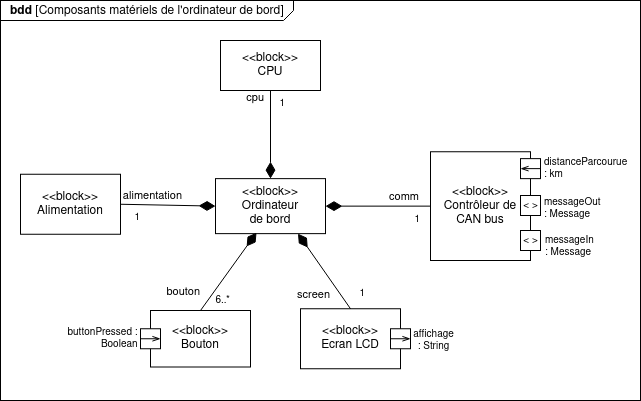
Before: diagrammes/bdd_composants_ordi_de_bord.png, a diagram exported from draw.io (Dalker/ISI-mobility). Source tidied: cells renumbered, new cells last; positions are measured from the earlier drawing's top-left corner, leaving out a move shared by most shapes.
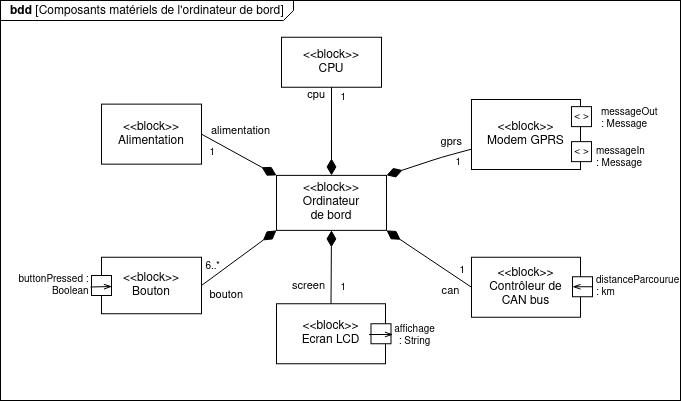
Above is the later version.

The edit, as a diff of the source:
```diff
@@ -2,107 +2,120 @@
   <root>
     <mxCell id="0" />
     <mxCell id="1" parent="0" />
-    <mxCell id="2" value="&lt;p style=&quot;margin: 0px ; margin-top: 4px ; margin-left: 10px ; text-align: left&quot;&gt;&lt;b&gt;bdd&lt;/b&gt; [Composants matériels de l'ordinateur de bord]&lt;br&gt;&lt;/p&gt;" style="html=1;strokeWidth=1;shape=mxgraph.sysml.package;labelX=293;align=left;spacingLeft=10;overflow=fill;" parent="1" vertex="1">
-      <mxGeometry width="640" height="400" as="geometry" />
+    <mxCell id="2" value="&lt;p style=&quot;margin: 0px ; margin-top: 4px ; margin-left: 10px ; text-align: left&quot;&gt;&lt;b&gt;bdd&lt;/b&gt; [Composants matériels de l'ordinateur de bord]&lt;br&gt;&lt;/p&gt;" style="html=1;strokeWidth=1;shape=mxgraph.sysml.package;labelX=293;align=left;spacingLeft=10;overflow=fill;spacing=1;" parent="1" vertex="1">
+      <mxGeometry width="680" height="400" as="geometry" />
     </mxCell>
-    <mxCell id="3" value="&lt;div&gt;&lt;span style=&quot;font-weight: normal&quot;&gt;&amp;lt;&amp;lt;block&amp;gt;&amp;gt;&lt;br&gt;&lt;/span&gt;&lt;/div&gt;&lt;div&gt;&lt;span style=&quot;font-weight: normal&quot;&gt;Ordinateur&lt;/span&gt;&lt;/div&gt;&lt;div&gt;&lt;span style=&quot;font-weight: normal&quot;&gt;de bord&lt;/span&gt;&lt;br&gt;&lt;/div&gt;" style="strokeColor=inherit;fillColor=inherit;gradientColor=inherit;shape=rect;fontStyle=1;html=1;whiteSpace=wrap;align=center;" parent="2" vertex="1">
-      <mxGeometry x="215" y="178.1" width="110" height="55" as="geometry" />
+    <mxCell id="3" value="&lt;div&gt;&lt;span style=&quot;font-weight: normal&quot;&gt;&amp;lt;&amp;lt;block&amp;gt;&amp;gt;&lt;br&gt;&lt;/span&gt;&lt;/div&gt;&lt;div&gt;&lt;span style=&quot;font-weight: normal&quot;&gt;Modem GPRS&lt;br&gt;&lt;/span&gt;&lt;/div&gt;&lt;span style=&quot;font-weight: normal&quot;&gt;&lt;/span&gt;" style="strokeColor=inherit;fillColor=inherit;gradientColor=inherit;shape=rect;fontStyle=1;html=1;whiteSpace=wrap;align=center;spacingBottom=0;" parent="2" vertex="1">
+      <mxGeometry x="471" y="99" width="109" height="70" as="geometry" />
     </mxCell>
-    <mxCell id="4" value="&lt;div&gt;&lt;span style=&quot;font-weight: normal&quot;&gt;&amp;lt;&amp;lt;block&amp;gt;&amp;gt;&lt;br&gt;&lt;/span&gt;&lt;/div&gt;&lt;span style=&quot;font-weight: normal&quot;&gt;CPU&lt;/span&gt;" style="strokeColor=inherit;fillColor=inherit;gradientColor=inherit;shape=rect;fontStyle=1;html=1;whiteSpace=wrap;align=center;" parent="2" vertex="1">
-      <mxGeometry x="220" y="40" width="100" height="50" as="geometry" />
+    <mxCell id="4" value="&lt;div&gt;&lt;span style=&quot;font-weight: normal&quot;&gt;&amp;lt;&amp;lt;block&amp;gt;&amp;gt;&lt;br&gt;&lt;/span&gt;&lt;/div&gt;&lt;div&gt;&lt;span style=&quot;font-weight: normal&quot;&gt;Ordinateur&lt;/span&gt;&lt;/div&gt;&lt;div&gt;&lt;span style=&quot;font-weight: normal&quot;&gt;de bord&lt;/span&gt;&lt;br&gt;&lt;/div&gt;" style="strokeColor=inherit;fillColor=inherit;gradientColor=inherit;shape=rect;fontStyle=1;html=1;whiteSpace=wrap;align=center;" parent="2" vertex="1">
+      <mxGeometry x="276" y="174.9" width="110" height="55" as="geometry" />
     </mxCell>
-    <mxCell id="5" value="&lt;div&gt;&lt;span style=&quot;font-weight: normal&quot;&gt;&amp;lt;&amp;lt;block&amp;gt;&amp;gt;&lt;br&gt;&lt;/span&gt;&lt;/div&gt;&lt;div&gt;&lt;span style=&quot;font-weight: normal&quot;&gt;Bouton&lt;br&gt;&lt;/span&gt;&lt;/div&gt;&lt;span style=&quot;font-weight: normal&quot;&gt;&lt;/span&gt;" style="strokeColor=inherit;fillColor=inherit;gradientColor=inherit;shape=rect;fontStyle=1;html=1;whiteSpace=wrap;align=center;" parent="2" vertex="1">
-      <mxGeometry x="150" y="310" width="100" height="56.5" as="geometry" />
+    <mxCell id="5" value="&lt;div&gt;&lt;span style=&quot;font-weight: normal&quot;&gt;&amp;lt;&amp;lt;block&amp;gt;&amp;gt;&lt;br&gt;&lt;/span&gt;&lt;/div&gt;&lt;span style=&quot;font-weight: normal&quot;&gt;CPU&lt;/span&gt;" style="strokeColor=inherit;fillColor=inherit;gradientColor=inherit;shape=rect;fontStyle=1;html=1;whiteSpace=wrap;align=center;" parent="2" vertex="1">
+      <mxGeometry x="281" y="36.8" width="100" height="50" as="geometry" />
     </mxCell>
-    <mxCell id="6" value="&lt;div&gt;&lt;span style=&quot;font-weight: normal&quot;&gt;&amp;lt;&amp;lt;block&amp;gt;&amp;gt;&lt;br&gt;&lt;/span&gt;&lt;/div&gt;&lt;div&gt;&lt;span style=&quot;font-weight: normal&quot;&gt;Ecran LCD&lt;br&gt;&lt;/span&gt;&lt;/div&gt;&lt;span style=&quot;font-weight: normal&quot;&gt;&lt;/span&gt;" style="strokeColor=inherit;fillColor=inherit;gradientColor=inherit;shape=rect;fontStyle=1;html=1;whiteSpace=wrap;align=center;" parent="2" vertex="1">
-      <mxGeometry x="300" y="308.2" width="100" height="60" as="geometry" />
+    <mxCell id="6" value="&lt;div&gt;&lt;span style=&quot;font-weight: normal&quot;&gt;&amp;lt;&amp;lt;block&amp;gt;&amp;gt;&lt;br&gt;&lt;/span&gt;&lt;/div&gt;&lt;div&gt;&lt;span style=&quot;font-weight: normal&quot;&gt;Bouton&lt;br&gt;&lt;/span&gt;&lt;/div&gt;&lt;span style=&quot;font-weight: normal&quot;&gt;&lt;/span&gt;" style="strokeColor=inherit;fillColor=inherit;gradientColor=inherit;shape=rect;fontStyle=1;html=1;whiteSpace=wrap;align=center;" parent="2" vertex="1">
+      <mxGeometry x="101" y="256.8" width="100" height="56.5" as="geometry" />
     </mxCell>
-    <mxCell id="7" value="screen" style="align=right;html=1;verticalAlign=bottom;endArrow=none;startArrow=diamondThin;startSize=14;startFill=1;edgeStyle=none;exitX=0.75;exitY=1;exitDx=0;exitDy=0;entryX=0.5;entryY=0;entryDx=0;entryDy=0;" parent="2" edge="1" source="3" target="6">
-      <mxGeometry x="0.68" y="-13" relative="1" as="geometry" />
+    <mxCell id="7" value="&lt;div&gt;&lt;span style=&quot;font-weight: normal&quot;&gt;&amp;lt;&amp;lt;block&amp;gt;&amp;gt;&lt;br&gt;&lt;/span&gt;&lt;/div&gt;&lt;div&gt;&lt;span style=&quot;font-weight: normal&quot;&gt;Ecran LCD&lt;br&gt;&lt;/span&gt;&lt;/div&gt;&lt;span style=&quot;font-weight: normal&quot;&gt;&lt;/span&gt;" style="strokeColor=inherit;fillColor=inherit;gradientColor=inherit;shape=rect;fontStyle=1;html=1;whiteSpace=wrap;align=center;" parent="2" vertex="1">
+      <mxGeometry x="276" y="303.2" width="109" height="60" as="geometry" />
     </mxCell>
-    <mxCell id="8" value="1" style="html=1;align=right;verticalAlign=top;labelBackgroundColor=none;fontSize=10;" parent="7" vertex="1">
-      <mxGeometry x="1" relative="1" as="geometry">
-        <mxPoint x="15" y="-28.6" as="offset" />
-      </mxGeometry>
+    <mxCell id="8" value="screen" style="align=right;html=1;verticalAlign=bottom;endArrow=none;startArrow=diamondThin;startSize=14;startFill=1;edgeStyle=none;entryX=0.5;entryY=0;entryDx=0;entryDy=0;exitX=0.5;exitY=1;exitDx=0;exitDy=0;spacing=7;" parent="2" edge="1" source="4" target="7">
+      <mxGeometry x="0.91" relative="1" as="geometry" />
     </mxCell>
-    <mxCell id="9" value="cpu" style="align=right;html=1;verticalAlign=bottom;endArrow=none;startArrow=diamondThin;startSize=14;startFill=1;edgeStyle=none;exitX=0.5;exitY=0;exitDx=0;exitDy=0;entryX=0.5;entryY=1;entryDx=0;entryDy=0;" parent="2" edge="1" source="3" target="4">
-      <mxGeometry x="0.6" y="5" relative="1" as="geometry" />
+    <mxCell id="9" value="1" style="html=1;align=right;verticalAlign=top;labelBackgroundColor=none;fontSize=10;" parent="8" vertex="1">
+      <mxGeometry x="1" relative="1" as="geometry">
+        <mxPoint x="15" y="-28.6" as="offset" />
+      </mxGeometry>
     </mxCell>
-    <mxCell id="10" value="1" style="html=1;align=right;verticalAlign=top;labelBackgroundColor=none;fontSize=10;" parent="9" vertex="1">
-      <mxGeometry x="1" relative="1" as="geometry">
-        <mxPoint x="15" as="offset" />
-      </mxGeometry>
+    <mxCell id="10" value="cpu" style="align=right;html=1;verticalAlign=bottom;endArrow=none;startArrow=diamondThin;startSize=14;startFill=1;edgeStyle=none;exitX=0.5;exitY=0;exitDx=0;exitDy=0;entryX=0.5;entryY=1;entryDx=0;entryDy=0;" parent="2" edge="1" source="4" target="5">
+      <mxGeometry x="0.6" y="5" relative="1" as="geometry" />
     </mxCell>
-    <mxCell id="11" value="bouton" style="align=right;html=1;verticalAlign=bottom;endArrow=none;startArrow=diamondThin;startSize=14;startFill=1;edgeStyle=none;exitX=0.373;exitY=0.982;exitDx=0;exitDy=0;entryX=0.5;entryY=0;entryDx=0;entryDy=0;exitPerimeter=0;" parent="2" edge="1" source="3" target="5">
-      <mxGeometry x="0.84" y="-5" relative="1" as="geometry" />
+    <mxCell id="11" value="1" style="html=1;align=right;verticalAlign=top;labelBackgroundColor=none;fontSize=10;" parent="10" vertex="1">
+      <mxGeometry x="1" relative="1" as="geometry">
+        <mxPoint x="15" y="-3" as="offset" />
+      </mxGeometry>
     </mxCell>
-    <mxCell id="12" value="6..*" style="html=1;align=right;verticalAlign=top;labelBackgroundColor=none;fontSize=10;" parent="11" vertex="1">
-      <mxGeometry x="1" relative="1" as="geometry">
-        <mxPoint x="30.1" y="-23.4" as="offset" />
-      </mxGeometry>
+    <mxCell id="12" value="bouton" style="align=right;html=1;verticalAlign=bottom;endArrow=none;startArrow=diamondThin;startSize=14;startFill=1;edgeStyle=none;exitX=0;exitY=1;exitDx=0;exitDy=0;entryX=1;entryY=0.5;entryDx=0;entryDy=0;spacingTop=0;spacingBottom=0;spacingLeft=0;spacingRight=0;spacing=-2;" parent="2" edge="1" source="4" target="6">
+      <mxGeometry x="0.52" y="35" relative="1" as="geometry" />
     </mxCell>
-    <mxCell id="13" value="alimentation" style="align=right;html=1;verticalAlign=bottom;endArrow=none;startArrow=diamondThin;startSize=14;startFill=1;edgeStyle=none;exitX=0;exitY=0.5;exitDx=0;exitDy=0;entryX=1;entryY=0.5;entryDx=0;entryDy=0;" parent="2" edge="1" source="3" target="25">
-      <mxGeometry x="-0.33" relative="1" as="geometry" />
+    <mxCell id="13" value="6..*" style="html=1;align=right;verticalAlign=top;labelBackgroundColor=none;fontSize=10;" parent="12" vertex="1">
+      <mxGeometry x="1" relative="1" as="geometry">
+        <mxPoint x="18.9" y="-32" as="offset" />
+      </mxGeometry>
     </mxCell>
-    <mxCell id="14" value="1" style="html=1;align=right;verticalAlign=top;labelBackgroundColor=none;fontSize=10;" parent="13" vertex="1">
-      <mxGeometry x="1" relative="1" as="geometry">
-        <mxPoint x="20" as="offset" />
-      </mxGeometry>
+    <mxCell id="14" value="alimentation" style="align=center;html=1;verticalAlign=bottom;endArrow=none;startArrow=diamondThin;startSize=14;startFill=1;edgeStyle=none;exitX=0;exitY=0;exitDx=0;exitDy=0;entryX=1;entryY=0.5;entryDx=0;entryDy=0;labelPosition=center;verticalLabelPosition=top;horizontal=1;spacing=20;spacingLeft=-21;spacingTop=1;spacingBottom=3;" parent="2" edge="1" source="4" target="25">
+      <mxGeometry x="-0.33" relative="1" as="geometry" />
     </mxCell>
-    <mxCell id="15" value="&lt;div&gt;&lt;span style=&quot;font-weight: normal&quot;&gt;&amp;lt;&amp;lt;block&amp;gt;&amp;gt;&lt;br&gt;&lt;/span&gt;&lt;/div&gt;&lt;div&gt;&lt;span style=&quot;font-weight: normal&quot;&gt;Contrôleur de&lt;br&gt;&lt;/span&gt;&lt;/div&gt;&lt;div&gt;&lt;span style=&quot;font-weight: normal&quot;&gt;CAN bus&lt;br&gt;&lt;/span&gt;&lt;/div&gt;&lt;span style=&quot;font-weight: normal&quot;&gt;&lt;/span&gt;" style="strokeColor=inherit;fillColor=inherit;gradientColor=inherit;shape=rect;fontStyle=1;html=1;whiteSpace=wrap;align=center;" parent="2" vertex="1">
-      <mxGeometry x="430" y="151.2" width="100" height="108.8" as="geometry" />
+    <mxCell id="15" value="1" style="html=1;align=right;verticalAlign=top;labelBackgroundColor=none;fontSize=10;" parent="14" vertex="1">
+      <mxGeometry x="1" relative="1" as="geometry">
+        <mxPoint x="14" y="5.2" as="offset" />
+      </mxGeometry>
     </mxCell>
-    <mxCell id="16" value="comm" style="align=right;html=1;verticalAlign=bottom;endArrow=none;startArrow=diamondThin;startSize=14;startFill=1;edgeStyle=none;exitX=1;exitY=0.5;exitDx=0;exitDy=0;entryX=0;entryY=0.5;entryDx=0;entryDy=0;" parent="2" edge="1" source="3" target="15">
-      <mxGeometry x="0.82" relative="1" as="geometry" />
+    <mxCell id="16" value="&lt;div&gt;&lt;span style=&quot;font-weight: normal&quot;&gt;&amp;lt;&amp;lt;block&amp;gt;&amp;gt;&lt;br&gt;&lt;/span&gt;&lt;/div&gt;&lt;div&gt;&lt;span style=&quot;font-weight: normal&quot;&gt;Contrôleur de&lt;br&gt;&lt;/span&gt;&lt;/div&gt;&lt;div&gt;&lt;span style=&quot;font-weight: normal&quot;&gt;CAN bus&lt;br&gt;&lt;/span&gt;&lt;/div&gt;&lt;span style=&quot;font-weight: normal&quot;&gt;&lt;/span&gt;" style="strokeColor=inherit;fillColor=inherit;gradientColor=inherit;shape=rect;fontStyle=1;html=1;whiteSpace=wrap;align=center;" parent="2" vertex="1">
+      <mxGeometry x="471" y="256.8" width="109" height="60" as="geometry" />
     </mxCell>
-    <mxCell id="17" value="1" style="html=1;align=right;verticalAlign=top;labelBackgroundColor=none;fontSize=10;" parent="16" vertex="1">
-      <mxGeometry x="1" relative="1" as="geometry">
-        <mxPoint x="-10" as="offset" />
-      </mxGeometry>
+    <mxCell id="17" value="can" style="align=center;html=1;verticalAlign=bottom;endArrow=none;startArrow=diamondThin;startSize=14;startFill=1;edgeStyle=none;exitX=1;exitY=1;exitDx=0;exitDy=0;spacingTop=0;labelPosition=center;verticalLabelPosition=top;spacingBottom=0;spacingLeft=0;entryX=0;entryY=0.5;entryDx=0;entryDy=0;" parent="2" edge="1" source="4" target="16">
+      <mxGeometry x="0.8" y="-23" relative="1" as="geometry" />
     </mxCell>
-    <mxCell id="18" value="&amp;lt; &amp;gt;" style="strokeColor=inherit;fillColor=inherit;gradientColor=inherit;shape=rect;html=1;align=center;verticalAlign=middle;labelPosition=center;verticalLabelPosition=middle;labelBackgroundColor=none;fontSize=10;paart=1;" parent="2" vertex="1">
-      <mxGeometry x="520" y="195" width="20" height="20" as="geometry" />
+    <mxCell id="18" value="1" style="html=1;align=right;verticalAlign=top;labelBackgroundColor=none;fontSize=10;" parent="17" vertex="1">
+      <mxGeometry x="1" relative="1" as="geometry">
+        <mxPoint x="-6" y="-29.9" as="offset" />
+      </mxGeometry>
     </mxCell>
-    <mxCell id="19" value="&lt;div&gt;affichage&lt;/div&gt;&lt;div&gt;: String&lt;br&gt;&lt;/div&gt;" style="strokeColor=inherit;fillColor=inherit;gradientColor=inherit;shape=rect;html=1;align=center;verticalAlign=top;labelPosition=center;verticalLabelPosition=bottom;labelBackgroundColor=none;fontSize=10;paart=1;rotation=90;horizontal=0;spacing=3;spacingBottom=0;spacingTop=-8;spacingLeft=26;" parent="2" vertex="1">
-      <mxGeometry x="390" y="328.2" width="20" height="20" as="geometry" />
+    <mxCell id="19" value="&amp;lt; &amp;gt;" style="strokeColor=inherit;fillColor=inherit;gradientColor=inherit;shape=rect;html=1;align=center;verticalAlign=middle;labelPosition=center;verticalLabelPosition=middle;labelBackgroundColor=none;fontSize=10;paart=1;" parent="2" vertex="1">
+      <mxGeometry x="571" y="106.1" width="20" height="20" as="geometry" />
     </mxCell>
-    <mxCell id="20" style="endArrow=openThin;html=1;strokeColor=#000000;fontSize=10;endFill=0;" parent="2" edge="1">
-      <mxGeometry x="470" y="368.2" as="geometry">
-        <mxPoint x="390" y="338.2" as="sourcePoint" />
-        <mxPoint x="410" y="338.2" as="targetPoint" />
-      </mxGeometry>
+    <mxCell id="20" value="&lt;div&gt;affichage&lt;/div&gt;&lt;div&gt;: String&lt;br&gt;&lt;/div&gt;" style="strokeColor=inherit;fillColor=inherit;gradientColor=inherit;shape=rect;points=[[0,0.5,0]];html=1;align=center;verticalAlign=top;labelPosition=center;verticalLabelPosition=bottom;labelBackgroundColor=none;fontSize=10;paart=1;rotation=90;horizontal=0;spacing=3;spacingBottom=0;spacingTop=-8;spacingLeft=26;" parent="2" vertex="1">
+      <mxGeometry x="370.5" y="323.2" width="20" height="20" as="geometry" />
     </mxCell>
-    <mxCell id="21" value="&lt;div&gt;buttonPressed :&lt;/div&gt;&lt;div align=&quot;right&quot;&gt;Boolean&lt;br&gt;&lt;/div&gt;" style="strokeColor=inherit;fillColor=inherit;gradientColor=inherit;shape=rect;html=1;align=center;verticalAlign=middle;labelPosition=center;verticalLabelPosition=middle;labelBackgroundColor=none;fontSize=10;paart=1;rotation=90;horizontal=0;spacing=1;spacingBottom=0;spacingTop=-1;spacingLeft=-97;" parent="2" vertex="1">
-      <mxGeometry x="140" y="328.2" width="20" height="20" as="geometry" />
+    <mxCell id="21" style="endArrow=openThin;html=1;strokeColor=#000000;fontSize=10;endFill=0;exitX=0.538;exitY=1.1;exitDx=0;exitDy=0;exitPerimeter=0;" parent="2" edge="1" source="20">
+      <mxGeometry x="461" y="363.2" as="geometry">
+        <mxPoint x="392.5" y="334" as="targetPoint" />
+      </mxGeometry>
     </mxCell>
-    <mxCell id="22" style="endArrow=openThin;html=1;strokeColor=#000000;fontSize=10;endFill=0;" parent="2" edge="1">
-      <mxGeometry x="220" y="368.2" as="geometry">
-        <mxPoint x="140" y="338.2" as="sourcePoint" />
-        <mxPoint x="160" y="338.2" as="targetPoint" />
-      </mxGeometry>
+    <mxCell id="22" value="&lt;div&gt;buttonPressed :&lt;/div&gt;&lt;div align=&quot;right&quot;&gt;Boolean&lt;br&gt;&lt;/div&gt;" style="strokeColor=inherit;fillColor=inherit;gradientColor=inherit;shape=rect;points=[[0,0.5,0]];html=1;align=center;verticalAlign=middle;labelPosition=center;verticalLabelPosition=middle;labelBackgroundColor=none;fontSize=10;paart=1;rotation=90;horizontal=0;spacing=1;spacingBottom=0;spacingTop=-1;spacingLeft=-97;" parent="2" vertex="1">
+      <mxGeometry x="91" y="275" width="20" height="20" as="geometry" />
     </mxCell>
     <mxCell id="23" value="&amp;lt; &amp;gt;" style="strokeColor=inherit;fillColor=inherit;gradientColor=inherit;shape=rect;html=1;align=center;verticalAlign=middle;labelPosition=center;verticalLabelPosition=middle;labelBackgroundColor=none;fontSize=10;paart=1;" parent="2" vertex="1">
-      <mxGeometry x="520" y="230" width="20" height="20" as="geometry" />
+      <mxGeometry x="571" y="141.1" width="20" height="20" as="geometry" />
     </mxCell>
     <mxCell id="24" value="&lt;div&gt;messageOut&lt;/div&gt;&lt;div&gt;: Message&lt;br&gt;&lt;/div&gt;" style="text;html=1;align=left;verticalAlign=middle;labelBackgroundColor=#ffffff;fontSize=10;spacing=2;spacingLeft=-6;spacingRight=0;spacingTop=0;spacingBottom=4;" parent="2" vertex="1">
-      <mxGeometry x="540" y="250" as="geometry">
-        <mxPoint x="8" y="-41" as="offset" />
+      <mxGeometry x="591" y="161.1" as="geometry">
+        <mxPoint x="14" y="-42" as="offset" />
       </mxGeometry>
     </mxCell>
     <mxCell id="25" value="&lt;div&gt;&lt;span style=&quot;font-weight: normal&quot;&gt;&amp;lt;&amp;lt;block&amp;gt;&amp;gt;&lt;br&gt;&lt;/span&gt;&lt;/div&gt;&lt;div&gt;&lt;span style=&quot;font-weight: normal&quot;&gt;Alimentation&lt;br&gt;&lt;/span&gt;&lt;/div&gt;&lt;span style=&quot;font-weight: normal&quot;&gt;&lt;/span&gt;" style="strokeColor=inherit;fillColor=inherit;gradientColor=inherit;shape=rect;fontStyle=1;html=1;whiteSpace=wrap;align=center;" parent="2" vertex="1">
-      <mxGeometry x="20" y="173.8" width="100" height="60" as="geometry" />
+      <mxGeometry x="101" y="103.6" width="100" height="60" as="geometry" />
     </mxCell>
-    <mxCell id="26" value="&lt;div&gt;distanceParcourue&lt;/div&gt;&lt;div align=&quot;left&quot;&gt;: km&lt;br&gt;&lt;/div&gt;" style="strokeColor=inherit;fillColor=inherit;gradientColor=inherit;shape=rect;html=1;align=left;verticalAlign=middle;labelPosition=right;verticalLabelPosition=middle;labelBackgroundColor=none;fontSize=10;paart=1;rotation=0;horizontal=1;spacing=4;spacingBottom=0;spacingTop=0;spacingLeft=0;" parent="2" vertex="1">
-      <mxGeometry x="520" y="158.1" width="20" height="20" as="geometry" />
+    <mxCell id="26" value="gprs" style="align=right;html=1;verticalAlign=bottom;endArrow=none;startArrow=diamondThin;startSize=14;startFill=1;edgeStyle=none;exitX=1;exitY=0;exitDx=0;exitDy=0;" parent="2" edge="1" source="4" target="3">
+      <mxGeometry x="0.82" relative="1" as="geometry">
+        <Array as="points">
+          <mxPoint x="441" y="156.8" />
+        </Array>
+      </mxGeometry>
     </mxCell>
-    <mxCell id="27" style="endArrow=none;html=1;strokeColor=#000000;fontSize=10;endFill=0;startArrow=openThin;startFill=0;" parent="2" edge="1">
-      <mxGeometry x="510" y="158.1" as="geometry">
-        <mxPoint x="520" y="168.1" as="sourcePoint" />
-        <mxPoint x="540" y="168.1" as="targetPoint" />
+    <mxCell id="27" value="1" style="html=1;align=right;verticalAlign=top;labelBackgroundColor=none;fontSize=10;" parent="26" vertex="1">
+      <mxGeometry x="1" relative="1" as="geometry">
+        <mxPoint x="-10" as="offset" />
       </mxGeometry>
     </mxCell>
-    <mxCell id="28" value="&lt;div&gt;messageIn&lt;br&gt;&lt;/div&gt;&lt;div&gt;: Message&lt;br&gt;&lt;/div&gt;" style="text;html=1;align=left;verticalAlign=middle;labelBackgroundColor=#ffffff;fontSize=10;spacing=2;spacingLeft=-6;spacingRight=0;spacingTop=0;spacingBottom=4;" parent="1" vertex="1">
-      <mxGeometry x="549" y="247" as="geometry" />
+    <mxCell id="28" value="&lt;div&gt;distanceParcourue&lt;/div&gt;&lt;div align=&quot;left&quot;&gt;: km&lt;br&gt;&lt;/div&gt;" style="strokeColor=inherit;fillColor=inherit;gradientColor=inherit;shape=rect;html=1;align=left;verticalAlign=middle;labelPosition=right;verticalLabelPosition=middle;labelBackgroundColor=none;fontSize=10;paart=1;rotation=0;horizontal=1;spacing=4;spacingBottom=0;spacingTop=0;spacingLeft=0;" parent="2" vertex="1">
+      <mxGeometry x="572" y="276.2" width="20" height="20" as="geometry" />
     </mxCell>
+    <mxCell id="29" style="endArrow=none;html=1;strokeColor=#000000;fontSize=10;endFill=0;startArrow=openThin;startFill=0;" parent="2" edge="1">
+      <mxGeometry x="562" y="276.2" as="geometry">
+        <mxPoint x="572" y="286.2" as="sourcePoint" />
+        <mxPoint x="592" y="286.2" as="targetPoint" />
+      </mxGeometry>
+    </mxCell>
+    <mxCell id="30" style="endArrow=openThin;html=1;strokeColor=#000000;fontSize=10;endFill=0;exitX=0.575;exitY=1.05;exitDx=0;exitDy=0;exitPerimeter=0;" parent="2" edge="1" source="22">
+      <mxGeometry x="191" y="325" as="geometry">
+        <mxPoint x="111.5" y="286" as="targetPoint" />
+      </mxGeometry>
+    </mxCell>
+    <mxCell id="31" value="&lt;div&gt;messageIn&lt;br&gt;&lt;/div&gt;&lt;div&gt;: Message&lt;br&gt;&lt;/div&gt;" style="text;html=1;align=left;verticalAlign=middle;labelBackgroundColor=#ffffff;fontSize=10;spacing=2;spacingLeft=-6;spacingRight=0;spacingTop=0;spacingBottom=4;" parent="1" vertex="1">
+      <mxGeometry x="600" y="158.1" as="geometry" />
+    </mxCell>
   </root>
 </mxGraphModel>
```
